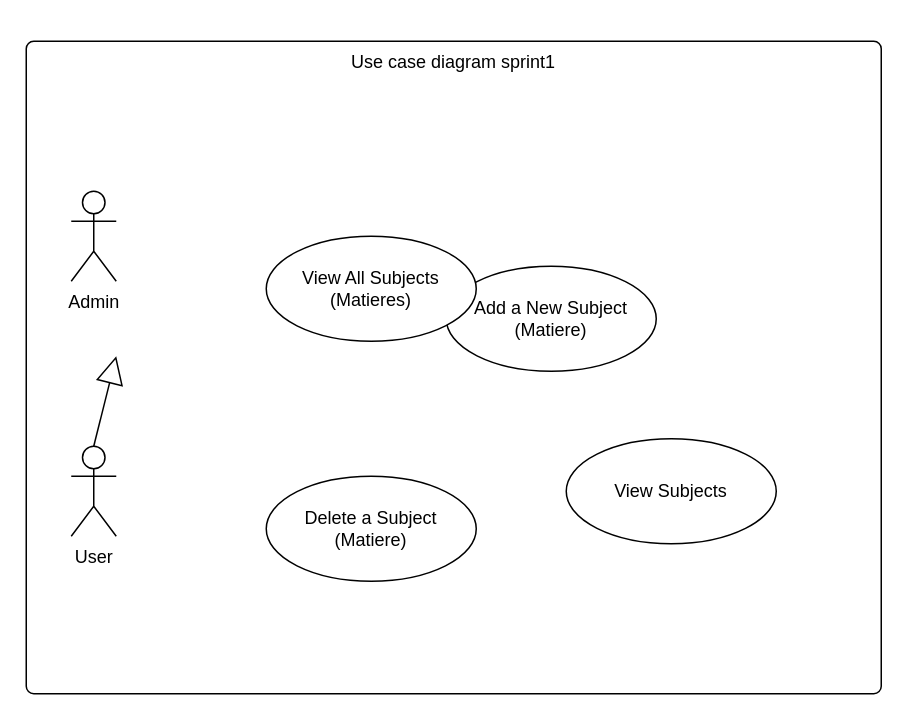
The draw.io diagram Diagramme sans nom.drawio in faresUnderScore999/test1.0, before the edit. Source tidied: cells renumbered, new cells numbered last; positions are measured from the earlier drawing's top-left corner, leaving out a move shared by most shapes. Both pictures are drawn from the tidied source at 150%, with x=0, y=0 at pixel (26, 40).
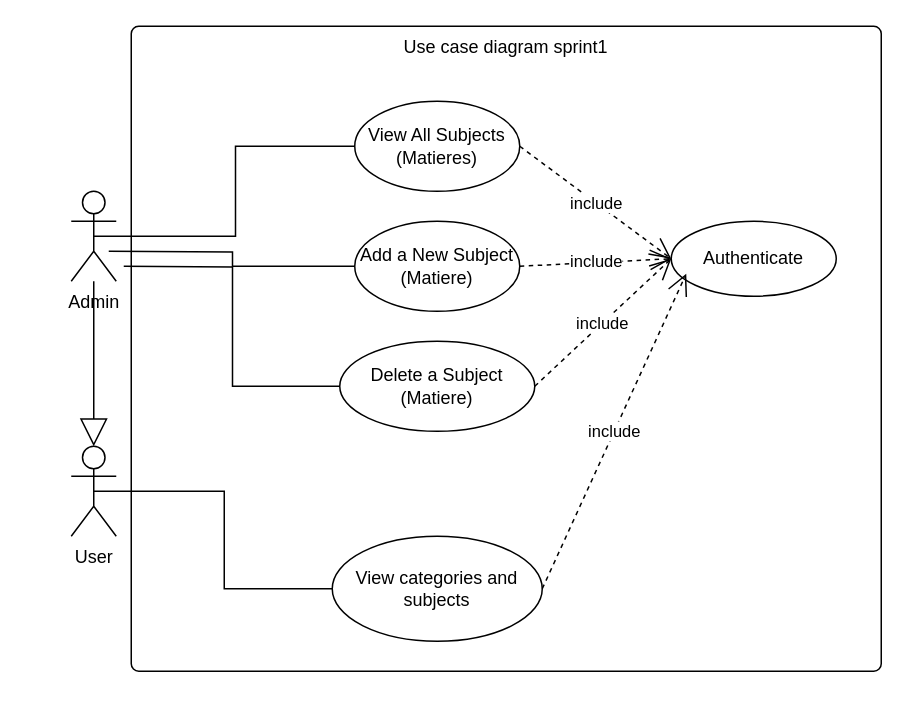
After the change.

Commit message (it also covers changes not shown here):
Mettre à jour Diagramme sans nom.drawio

Unchanged cells that the change refers to:
```xml
<mxCell id="3" value="Admin" style="shape=umlActor;verticalLabelPosition=bottom;verticalAlign=top;html=1;" parent="1" vertex="1">
  <mxGeometry x="30" y="100" width="30" height="60" as="geometry" />
</mxCell>
<mxCell id="4" value="User" style="shape=umlActor;verticalLabelPosition=bottom;verticalAlign=top;html=1;" parent="1" vertex="1">
  <mxGeometry x="30" y="270" width="30" height="60" as="geometry" />
</mxCell>
```

What changed in the source:
```diff
@@
     <mxCell id="2" value="Use case diagram sprint1" style="html=1;align=center;verticalAlign=top;rounded=1;absoluteArcSize=1;arcSize=10;dashed=0;whiteSpace=wrap;" parent="1" vertex="1">
-      <mxGeometry width="570" height="435" as="geometry" />
+      <mxGeometry x="70" y="-10" width="500" height="430" as="geometry" />
     </mxCell>
@@
-    <mxCell id="5" style="endArrow=block;endSize=16;endFill=0;html=1;rounded=0;exitX=0.5;exitY=0;exitDx=0;exitDy=0;exitPerimeter=0;" parent="1" edge="1" source="4">
-      <mxGeometry relative="1" as="geometry">
-        <mxPoint x="60" y="210" as="targetPoint" />
-      </mxGeometry>
+    <mxCell id="5" style="endArrow=block;endSize=16;endFill=0;html=1;rounded=0;entryX=0.5;entryY=0;entryDx=0;entryDy=0;entryPerimeter=0;" parent="1" edge="1" source="3" target="4">
+      <mxGeometry relative="1" as="geometry" />
     </mxCell>
     <mxCell id="6" value="Add a New Subject (Matiere)" style="ellipse;whiteSpace=wrap;html=1;" parent="1" vertex="1">
-      <mxGeometry x="280" y="150" width="140" height="70" as="geometry" />
+      <mxGeometry x="219" y="120" width="110" height="60" as="geometry" />
     </mxCell>
     <mxCell id="7" value="View All Subjects (Matieres)" style="ellipse;whiteSpace=wrap;html=1;" parent="1" vertex="1">
-      <mxGeometry x="160" y="130" width="140" height="70" as="geometry" />
+      <mxGeometry x="219" y="40" width="110" height="60" as="geometry" />
     </mxCell>
     <mxCell id="8" value="Delete a Subject (Matiere)" style="ellipse;whiteSpace=wrap;html=1;" parent="1" vertex="1">
-      <mxGeometry x="160" y="290" width="140" height="70" as="geometry" />
+      <mxGeometry x="209" y="200" width="130" height="60" as="geometry" />
     </mxCell>
-    <mxCell id="9" value="View Subjects" style="ellipse;whiteSpace=wrap;html=1;" parent="1" vertex="1">
-      <mxGeometry x="360" y="265" width="140" height="70" as="geometry" />
+    <mxCell id="9" value="View categories and subjects" style="ellipse;whiteSpace=wrap;html=1;" parent="1" vertex="1">
+      <mxGeometry x="204" y="330" width="140" height="70" as="geometry" />
     </mxCell>
+    <mxCell id="10" value="Authenticate" style="ellipse;whiteSpace=wrap;html=1;" parent="1" vertex="1">
+      <mxGeometry x="430" y="120" width="110" height="50" as="geometry" />
+    </mxCell>
+    <mxCell id="11" value="include" style="endArrow=open;endSize=12;dashed=1;html=1;rounded=0;exitX=1;exitY=0.5;exitDx=0;exitDy=0;entryX=0;entryY=0.5;entryDx=0;entryDy=0;" parent="1" edge="1" source="7" target="10">
+      <mxGeometry relative="1" as="geometry" />
+    </mxCell>
+    <mxCell id="12" value="include" style="endArrow=open;endSize=12;dashed=1;html=1;rounded=0;exitX=1;exitY=0.5;exitDx=0;exitDy=0;entryX=0;entryY=0.5;entryDx=0;entryDy=0;" parent="1" edge="1" source="6" target="10">
+      <mxGeometry relative="1" as="geometry" />
+    </mxCell>
+    <mxCell id="13" value="include" style="endArrow=open;endSize=12;dashed=1;html=1;rounded=0;exitX=1;exitY=0.5;exitDx=0;exitDy=0;entryX=0;entryY=0.5;entryDx=0;entryDy=0;" parent="1" edge="1" source="8" target="10">
+      <mxGeometry relative="1" as="geometry" />
+    </mxCell>
+    <mxCell id="14" value="include" style="endArrow=open;endSize=12;dashed=1;html=1;rounded=0;exitX=1;exitY=0.5;exitDx=0;exitDy=0;entryX=0;entryY=0.5;entryDx=0;entryDy=0;" parent="1" edge="1" source="9">
+      <mxGeometry relative="1" as="geometry">
+        <mxPoint x="440" y="155" as="targetPoint" />
+      </mxGeometry>
+    </mxCell>
+    <mxCell id="15" style="endArrow=none;html=1;edgeStyle=orthogonalEdgeStyle;rounded=0;entryX=0;entryY=0.5;entryDx=0;entryDy=0;exitX=0.5;exitY=0.5;exitDx=0;exitDy=0;exitPerimeter=0;" parent="1" edge="1" source="3" target="7">
+      <mxGeometry relative="1" as="geometry" />
+    </mxCell>
+    <mxCell id="16" style="endArrow=none;html=1;edgeStyle=orthogonalEdgeStyle;rounded=0;entryX=0;entryY=0.5;entryDx=0;entryDy=0;exitX=0.5;exitY=0.5;exitDx=0;exitDy=0;exitPerimeter=0;" parent="1" edge="1" target="6">
+      <mxGeometry relative="1" as="geometry">
+        <mxPoint x="55" y="140" as="sourcePoint" />
+      </mxGeometry>
+    </mxCell>
+    <mxCell id="17" style="endArrow=none;html=1;edgeStyle=orthogonalEdgeStyle;rounded=0;entryX=0;entryY=0.5;entryDx=0;entryDy=0;exitX=0.5;exitY=0.5;exitDx=0;exitDy=0;exitPerimeter=0;" parent="1" edge="1" target="8">
+      <mxGeometry relative="1" as="geometry">
+        <mxPoint x="65" y="150" as="sourcePoint" />
+      </mxGeometry>
+    </mxCell>
+    <mxCell id="18" style="endArrow=none;html=1;edgeStyle=orthogonalEdgeStyle;rounded=0;entryX=0;entryY=0.5;entryDx=0;entryDy=0;exitX=0.5;exitY=0.5;exitDx=0;exitDy=0;exitPerimeter=0;" parent="1" edge="1" source="4" target="9">
+      <mxGeometry relative="1" as="geometry" />
+    </mxCell>
```
